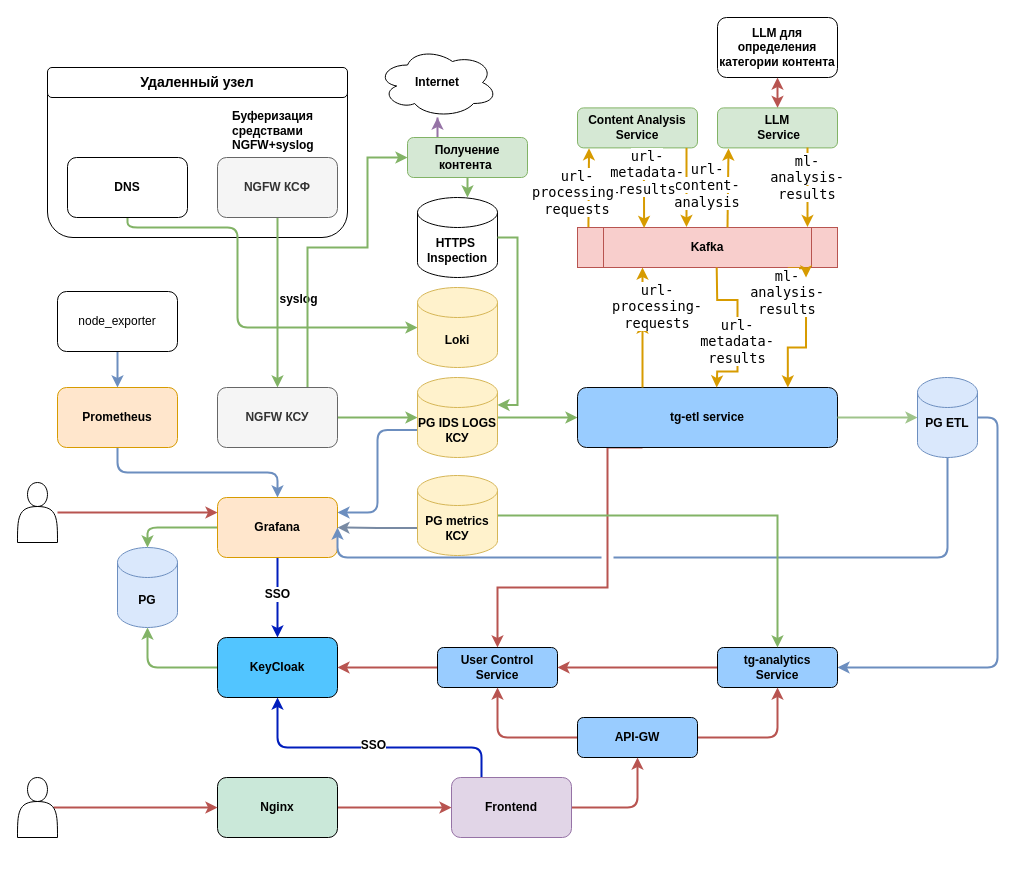
il-alekseev/traffic_guard keeps this draw.io diagram as docs/Общая схема проекта.drawio. Above is the earlier version. Source tidied: cells renumbered, new cells numbered last; positions are measured from the earlier drawing's top-left corner, leaving out a move shared by most shapes. Both pictures are drawn from the tidied source at 100%, with x=0, y=0 at pixel (17, 17).
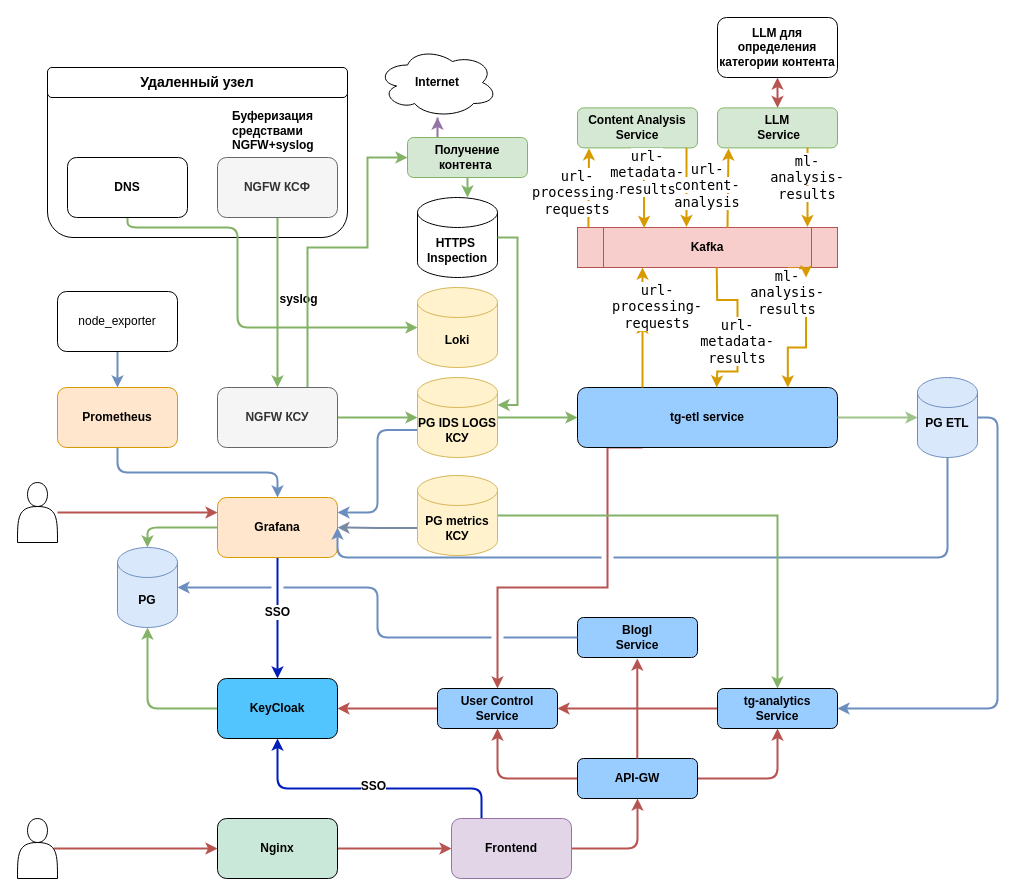
The same page after the edit.

Commit message:
Добавлен сервис blog в общую схему проекта

The change refers to these unchanged cells:
```xml
<mxCell id="25" value="PG" style="shape=cylinder3;whiteSpace=wrap;html=1;boundedLbl=1;backgroundOutline=1;size=15;fillColor=#dae8fc;strokeColor=#6c8ebf;fontSize=12;fontStyle=1;" parent="1" vertex="1">
  <mxGeometry x="100" y="530" width="60" height="80" as="geometry" />
</mxCell>
```

The edit, as a diff of the source:
```diff
@@
     <mxCell id="19" value="KeyCloak" style="rounded=1;whiteSpace=wrap;html=1;fillColor=#52C5FF;fontSize=12;fontStyle=1;" parent="1" vertex="1">
-      <mxGeometry x="200" y="620" width="120" height="60" as="geometry" />
+      <mxGeometry x="200" y="661" width="120" height="60" as="geometry" />
     </mxCell>
@@
     <mxCell id="21" value="User Control &lt;br style=&quot;font-size: 12px;&quot;&gt;Service" style="rounded=1;whiteSpace=wrap;html=1;fillColor=#99CCFF;fontSize=12;fontStyle=1;" parent="1" vertex="1">
-      <mxGeometry x="420" y="630" width="120" height="40" as="geometry" />
+      <mxGeometry x="420" y="671" width="120" height="40" as="geometry" />
     </mxCell>
@@
     <mxCell id="35" value="tg-analytics&lt;br style=&quot;font-size: 12px;&quot;&gt;Service" style="rounded=1;whiteSpace=wrap;html=1;fillColor=#99CCFF;fontSize=12;fontStyle=1;" parent="1" vertex="1">
-      <mxGeometry x="700" y="630" width="120" height="40" as="geometry" />
+      <mxGeometry x="700" y="671" width="120" height="40" as="geometry" />
     </mxCell>
@@
     <mxCell id="42" value="API-GW" style="rounded=1;whiteSpace=wrap;html=1;fillColor=#99CCFF;fontSize=12;fontStyle=1;" parent="1" vertex="1">
-      <mxGeometry x="560" y="700" width="120" height="40" as="geometry" />
+      <mxGeometry x="560" y="741" width="120" height="40" as="geometry" />
     </mxCell>
@@
     <mxCell id="44" style="edgeStyle=orthogonalEdgeStyle;rounded=1;jettySize=auto;html=1;exitX=0.25;exitY=0;exitDx=0;exitDy=0;entryX=0.5;entryY=1;entryDx=0;entryDy=0;fillColor=#0050ef;strokeColor=#001DBC;strokeWidth=2;jumpStyle=gap;jumpSize=7;spacingLeft=1;spacingBottom=1;spacingRight=1;spacingTop=1;" parent="1" edge="1" source="46" target="19">
       <mxGeometry relative="1" as="geometry">
         <Array as="points">
-          <mxPoint x="464" y="730" />
-          <mxPoint x="260" y="730" />
+          <mxPoint x="464" y="771" />
+          <mxPoint x="260" y="771" />
         </Array>
       </mxGeometry>
     </mxCell>
@@
     <mxCell id="46" value="Frontend" style="rounded=1;whiteSpace=wrap;html=1;fillColor=#e1d5e7;strokeColor=#9673a6;fontSize=12;fontStyle=1;" parent="1" vertex="1">
-      <mxGeometry x="434" y="760" width="120" height="60" as="geometry" />
+      <mxGeometry x="434" y="801" width="120" height="60" as="geometry" />
     </mxCell>
@@
     <mxCell id="48" value="Nginx" style="rounded=1;whiteSpace=wrap;html=1;fillColor=#CAE8D9;fontSize=12;fontStyle=1;" parent="1" vertex="1">
-      <mxGeometry x="200" y="760" width="120" height="60" as="geometry" />
+      <mxGeometry x="200" y="801" width="120" height="60" as="geometry" />
     </mxCell>
@@
     <mxCell id="50" style="shape=actor;whiteSpace=wrap;html=1;fontSize=12;fontStyle=1;" parent="1" vertex="1">
-      <mxGeometry y="760" width="40" height="60" as="geometry" />
+      <mxGeometry y="801" width="40" height="60" as="geometry" />
     </mxCell>
@@
+    <mxCell id="83" value="Blogl &lt;br style=&quot;font-size: 12px;&quot;&gt;Service" style="rounded=1;whiteSpace=wrap;html=1;fillColor=#99CCFF;fontSize=12;fontStyle=1;" parent="1" vertex="1">
+      <mxGeometry x="560" y="600" width="120" height="40" as="geometry" />
+    </mxCell>
+    <mxCell id="84" style="edgeStyle=orthogonalEdgeStyle;rounded=1;orthogonalLoop=1;jettySize=auto;html=1;fontSize=12;fontStyle=1;fillColor=#f8cecc;strokeColor=#b85450;strokeWidth=2;entryX=0.5;entryY=1;entryDx=0;entryDy=0;" parent="1" edge="1">
+      <mxGeometry relative="1" as="geometry">
+        <mxPoint x="619.8" y="741" as="sourcePoint" />
+        <mxPoint x="619.8" y="641" as="targetPoint" />
+      </mxGeometry>
+    </mxCell>
+    <mxCell id="85" style="edgeStyle=orthogonalEdgeStyle;rounded=1;jettySize=auto;html=1;entryX=1;entryY=0.5;entryDx=0;entryDy=0;entryPerimeter=0;strokeColor=#6c8ebf;strokeWidth=2;align=center;verticalAlign=middle;fontFamily=Helvetica;fontSize=12;fontColor=default;fontStyle=1;labelBackgroundColor=default;jumpStyle=gap;jumpSize=10;endArrow=classic;fillColor=#dae8fc;" parent="1" edge="1" source="83" target="25">
+      <mxGeometry relative="1" as="geometry" />
+    </mxCell>
```
